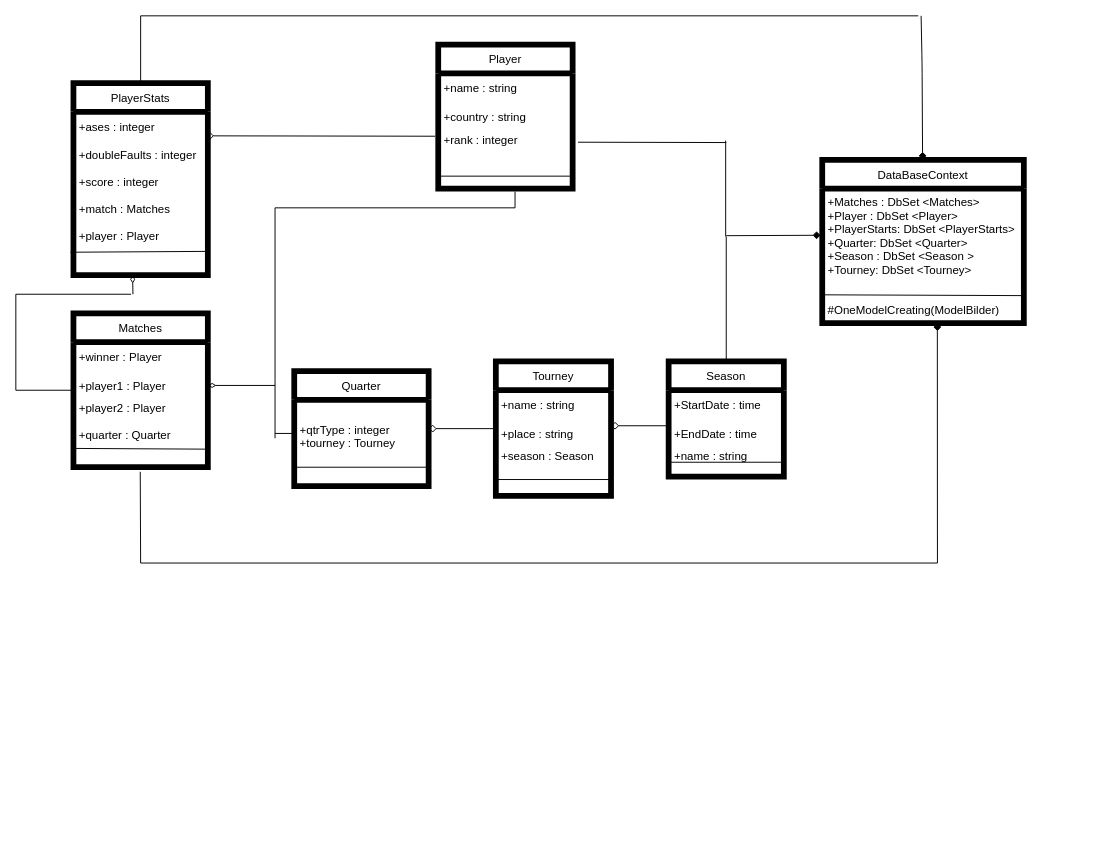
Griphon20/RGZ-22-Tennis keeps this draw.io diagram as Diagram_of_class.drawio. Above is the earlier version. Source tidied: cells renumbered, new cells numbered last; positions are measured from the earlier drawing's top-left corner, leaving out a move shared by most shapes. Both pictures are drawn from the tidied source at 96%, with x=0, y=0 at pixel (15, 15).
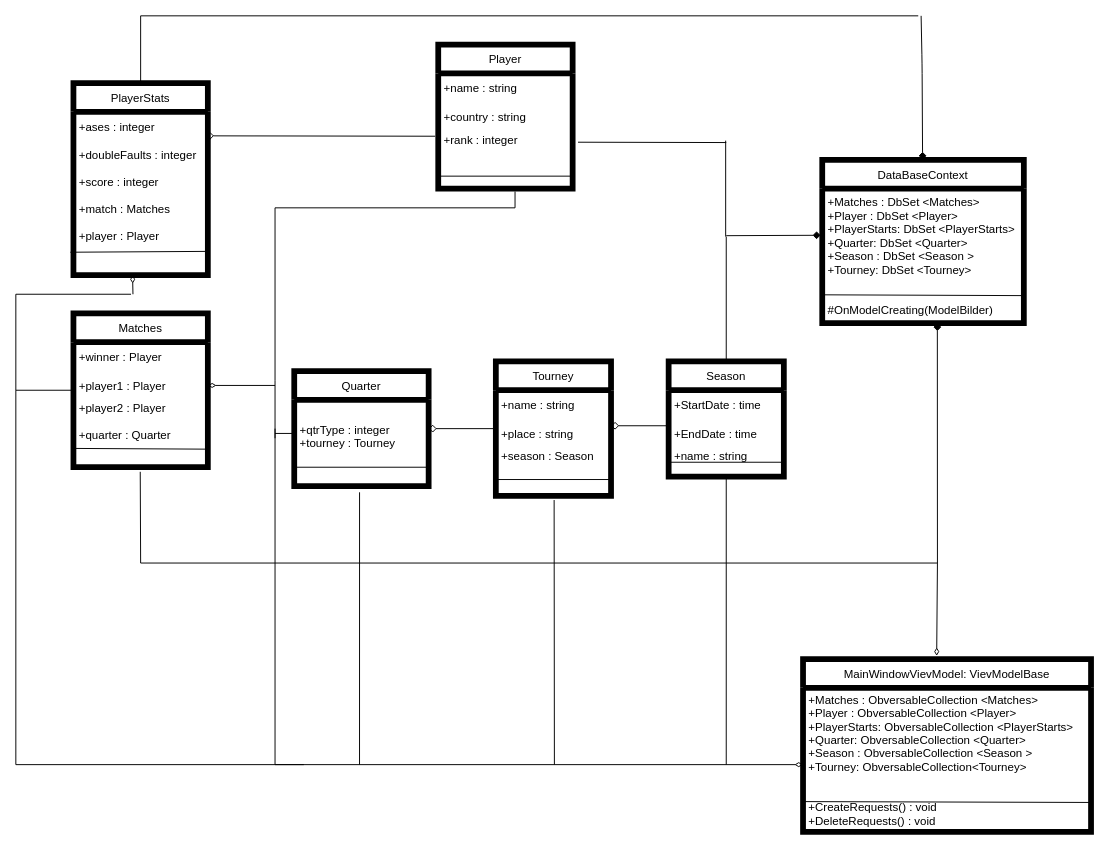
Above is the later version.

Unchanged cells that the change refers to:
```xml
<mxCell id="7" value="Season" style="swimlane;fontStyle=0;horizontal=1;startSize=30;strokeWidth=6;" parent="1" vertex="1">
  <mxGeometry x="680" y="360" width="120" height="120" as="geometry" />
</mxCell>
<mxCell id="15" value="+season : Season&#10;&#10;&#10;" style="text;strokeColor=none;fillColor=none;align=left;verticalAlign=middle;spacingLeft=4;spacingRight=4;overflow=hidden;points=[[0,0.5],[1,0.5]];portConstraint=eastwest;strokeWidth=2;" parent="12" vertex="1">
  <mxGeometry y="90" width="120" height="50" as="geometry" />
</mxCell>
<mxCell id="24" value="+qtrType : integer&#10;+tourney : Tourney&#10;" style="text;strokeColor=none;fillColor=none;align=left;verticalAlign=middle;spacingLeft=4;spacingRight=4;overflow=hidden;points=[[0,0.5],[1,0.5]];portConstraint=eastwest;" parent="22" vertex="1">
  <mxGeometry y="30" width="140" height="90" as="geometry" />
</mxCell>
<mxCell id="30" value="DataBaseContext" style="swimlane;fontStyle=0;horizontal=1;startSize=30;strokeWidth=6;" parent="1" vertex="1">
  <mxGeometry x="840" y="150" width="210" height="170" as="geometry" />
</mxCell>
```

Diff of the diagram source:
```diff
@@
-    <mxCell id="32" value="+Matches : DbSet &lt;Matches&gt;&#10;+Player : DbSet &lt;Player&gt;&#10;+PlayerStarts: DbSet &lt;PlayerStarts&gt;&#10;+Quarter: DbSet &lt;Quarter&gt;&#10;+Season : DbSet &lt;Season &gt;&#10;+Tourney: DbSet &lt;Tourney&gt;&#10;&#10;&#10;#OneModelCreating(ModelBilder)" style="text;strokeColor=none;fillColor=none;align=left;verticalAlign=middle;spacingLeft=4;spacingRight=4;overflow=hidden;points=[[0,0.5],[1,0.5]];portConstraint=eastwest;strokeWidth=2;" parent="30" vertex="1">
+    <mxCell id="32" value="+Matches : DbSet &lt;Matches&gt;&#10;+Player : DbSet &lt;Player&gt;&#10;+PlayerStarts: DbSet &lt;PlayerStarts&gt;&#10;+Quarter: DbSet &lt;Quarter&gt;&#10;+Season : DbSet &lt;Season &gt;&#10;+Tourney: DbSet &lt;Tourney&gt;&#10;&#10;&#10;#OnModelCreating(ModelBilder)" style="text;strokeColor=none;fillColor=none;align=left;verticalAlign=middle;spacingLeft=4;spacingRight=4;overflow=hidden;points=[[0,0.5],[1,0.5]];portConstraint=eastwest;strokeWidth=2;" parent="30" vertex="1">
       <mxGeometry y="30" width="210" height="140" as="geometry" />
     </mxCell>
@@
+    <mxCell id="56" value="MainWindowVievModel: VievModelBase" style="swimlane;fontStyle=0;horizontal=1;startSize=30;strokeWidth=6;" parent="1" vertex="1">
+      <mxGeometry x="820" y="670" width="300" height="180" as="geometry" />
+    </mxCell>
+    <mxCell id="57" style="endArrow=none;html=1;rounded=0;exitX=0.003;exitY=0.79;exitDx=0;exitDy=0;exitPerimeter=0;entryX=1.003;entryY=0.796;entryDx=0;entryDy=0;entryPerimeter=0;" parent="56" edge="1" source="58" target="58">
+      <mxGeometry relative="1" as="geometry" />
+    </mxCell>
+    <mxCell id="58" value="+Matches : ObversableCollection &lt;Matches&gt;&#10;+Player : ObversableCollection &lt;Player&gt;&#10;+PlayerStarts: ObversableCollection &lt;PlayerStarts&gt;&#10;+Quarter: ObversableCollection &lt;Quarter&gt;&#10;+Season : ObversableCollection &lt;Season &gt;&#10;+Tourney: ObversableCollection&lt;Tourney&gt;&#10;&#10;&#10;+CreateRequests() : void&#10;+DeleteRequests() : void" style="text;strokeColor=none;fillColor=none;align=left;verticalAlign=middle;spacingLeft=4;spacingRight=4;overflow=hidden;points=[[0,0.5],[1,0.5]];portConstraint=eastwest;strokeWidth=2;" parent="56" vertex="1">
+      <mxGeometry y="30" width="300" height="150" as="geometry" />
+    </mxCell>
+    <mxCell id="59" style="endArrow=none;html=1;rounded=0;exitX=0.464;exitY=-0.018;exitDx=0;exitDy=0;exitPerimeter=0;endFill=0;startArrow=diamondThin;startFill=0;" parent="1" edge="1" source="56">
+      <mxGeometry relative="1" as="geometry">
+        <mxPoint x="960" y="570" as="targetPoint" />
+      </mxGeometry>
+    </mxCell>
+    <mxCell id="60" style="endArrow=none;html=1;rounded=0;exitX=0.486;exitY=1.07;exitDx=0;exitDy=0;exitPerimeter=0;" parent="1" edge="1" source="24">
+      <mxGeometry relative="1" as="geometry">
+        <mxPoint x="358" y="780" as="targetPoint" />
+      </mxGeometry>
+    </mxCell>
+    <mxCell id="61" style="endArrow=none;html=1;rounded=0;exitX=0.5;exitY=1;exitDx=0;exitDy=0;" parent="1" edge="1" source="7">
+      <mxGeometry relative="1" as="geometry">
+        <mxPoint x="740" y="780" as="targetPoint" />
+      </mxGeometry>
+    </mxCell>
+    <mxCell id="62" style="endArrow=none;html=1;rounded=0;exitX=0.506;exitY=1.087;exitDx=0;exitDy=0;exitPerimeter=0;" parent="1" edge="1" source="15">
+      <mxGeometry relative="1" as="geometry">
+        <mxPoint x="561" y="780" as="targetPoint" />
+      </mxGeometry>
+    </mxCell>
+    <mxCell id="63" style="endArrow=none;html=1;rounded=0;" parent="1" edge="1">
+      <mxGeometry relative="1" as="geometry">
+        <mxPoint x="270" y="430" as="sourcePoint" />
+        <mxPoint x="270" y="780" as="targetPoint" />
+      </mxGeometry>
+    </mxCell>
+    <mxCell id="64" style="endArrow=diamondThin;html=1;rounded=0;startArrow=none;startFill=0;endFill=0;" parent="1" edge="1">
+      <mxGeometry relative="1" as="geometry">
+        <mxPoint x="270" y="780" as="sourcePoint" />
+        <mxPoint x="820" y="780" as="targetPoint" />
+      </mxGeometry>
+    </mxCell>
+    <mxCell id="65" style="endArrow=none;html=1;rounded=0;" parent="1" edge="1">
+      <mxGeometry relative="1" as="geometry">
+        <mxPoint y="390" as="sourcePoint" />
+        <mxPoint y="780" as="targetPoint" />
+      </mxGeometry>
+    </mxCell>
+    <mxCell id="66" style="endArrow=none;html=1;rounded=0;" parent="1" edge="1">
+      <mxGeometry relative="1" as="geometry">
+        <mxPoint y="780" as="sourcePoint" />
+        <mxPoint x="300" y="780" as="targetPoint" />
+      </mxGeometry>
+    </mxCell>
```
